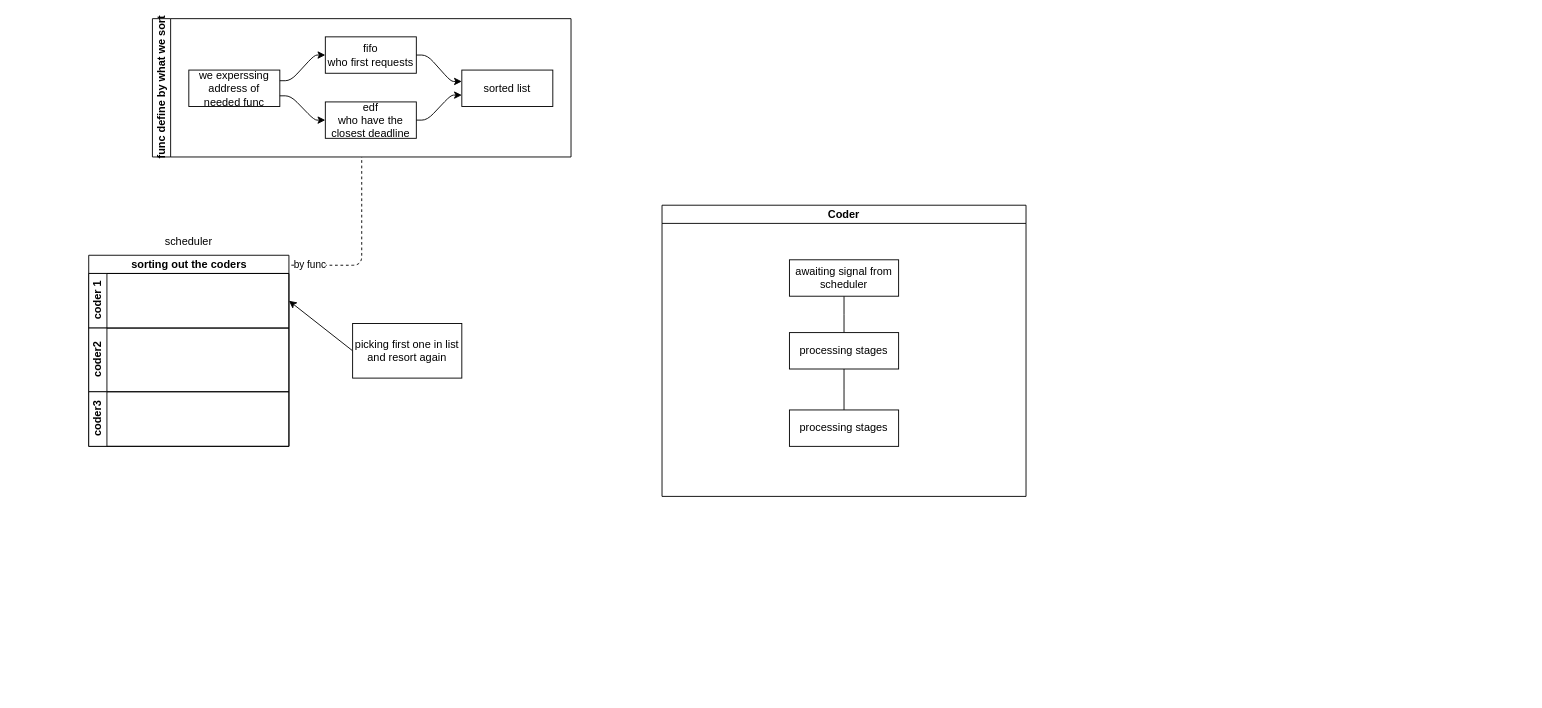
Oleg-Biriukov/codam keeps this draw.io diagram as Codexion/scratch.drawio. Above is the earlier version. Source tidied: cells renumbered, new cells numbered last; positions are measured from the earlier drawing's top-left corner, leaving out a move shared by most shapes. Both pictures are drawn from the tidied source at 91%, with x=0, y=0 at pixel (88, 18).
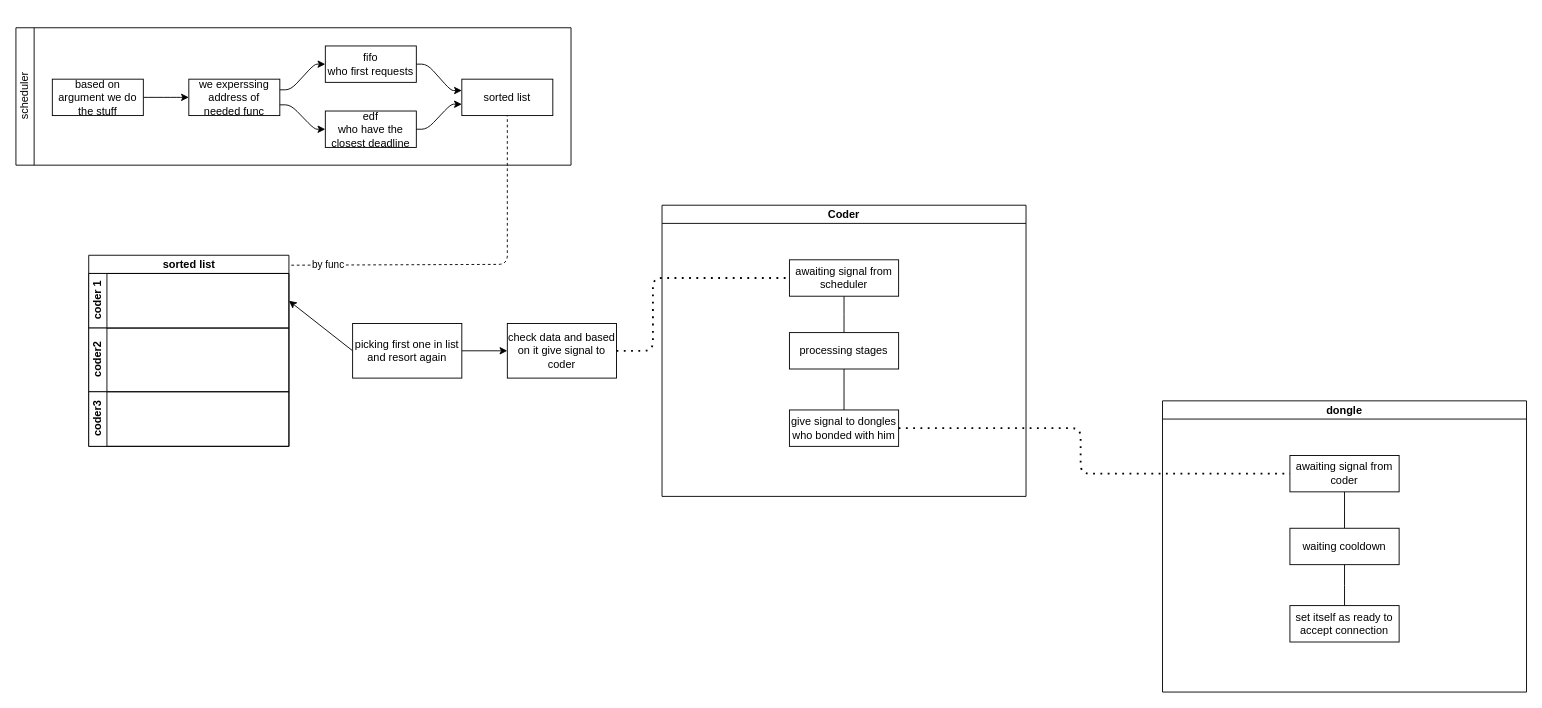
The same page after the edit.

Commit message (it also covers changes not shown here):
done with dongle cooldown

Unchanged cells that the change refers to:
```xml
<mxCell id="8" value="picking first one in list&lt;div&gt;and resort again&lt;/div&gt;" style="rounded=0;whiteSpace=wrap;html=1;" parent="1" vertex="1">
  <mxGeometry x="290" y="335" width="120" height="60" as="geometry" />
</mxCell>
<mxCell id="20" value="Coder" style="swimlane;startSize=20;horizontal=1;containerType=tree;" parent="1" vertex="1">
  <mxGeometry x="630" y="205" width="400" height="320" as="geometry" />
</mxCell>
<mxCell id="22" value="awaiting signal from&lt;div&gt;scheduler&lt;/div&gt;" style="whiteSpace=wrap;html=1;newEdgeStyle={&quot;edgeStyle&quot;:&quot;elbowEdgeStyle&quot;,&quot;startArrow&quot;:&quot;none&quot;,&quot;endArrow&quot;:&quot;none&quot;};" parent="20" vertex="1">
  <mxGeometry x="140" y="60" width="120" height="40" as="geometry" />
</mxCell>
```

The edit, as a diff of the source:
```diff
@@
-    <mxCell id="2" value="sorting out the coders" style="swimlane;horizontal=1;startSize=20;html=1;" parent="1" vertex="1">
+    <mxCell id="2" value="sorted list" style="swimlane;horizontal=1;startSize=20;html=1;" parent="1" vertex="1">
       <mxGeometry y="260" width="220" height="210" as="geometry" />
     </mxCell>
@@
-    <mxCell id="6" value="scheduler" style="text;html=1;align=center;verticalAlign=middle;whiteSpace=wrap;rounded=0;" parent="1" vertex="1">
-      <mxGeometry x="80" y="230" width="60" height="30" as="geometry" />
-    </mxCell>
@@
+    <mxCell id="26" style="edgeStyle=none;html=1;" parent="1" edge="1" source="8" target="35">
+      <mxGeometry relative="1" as="geometry" />
+    </mxCell>
@@
-    <mxCell id="9" style="endArrow=none;dashed=1;html=1;exitX=1.012;exitY=0.052;exitDx=0;exitDy=0;exitPerimeter=0;entryX=0.5;entryY=1;entryDx=0;entryDy=0;" parent="1" edge="1" source="2" target="11">
+    <mxCell id="9" style="endArrow=none;dashed=1;html=1;exitX=1.012;exitY=0.052;exitDx=0;exitDy=0;exitPerimeter=0;entryX=0.5;entryY=1;entryDx=0;entryDy=0;" parent="1" edge="1" source="2" target="17">
       <mxGeometry relative="1" as="geometry">
         <Array as="points">
-          <mxPoint x="300" y="271" />
+          <mxPoint x="460" y="270" />
         </Array>
       </mxGeometry>
     </mxCell>
@@
-    <mxCell id="11" value="func define by what we sort" style="swimlane;html=1;startSize=20;horizontal=0;flowOrientation=west;interRankCellSpacing=50;containerType=tree;fontSize=12;" parent="1" vertex="1">
-      <mxGeometry x="70" width="460" height="152" as="geometry" />
+    <mxCell id="11" value="&lt;span style=&quot;color: rgb(0, 0, 0); font-weight: 400; white-space: normal;&quot;&gt;scheduler&lt;/span&gt;" style="swimlane;html=1;startSize=20;horizontal=0;flowOrientation=west;interRankCellSpacing=50;containerType=tree;fontSize=12;" parent="1" vertex="1">
+      <mxGeometry x="-80" y="10" width="610" height="151" as="geometry" />
     </mxCell>
     <mxCell id="12" value="we experssing&lt;br&gt;address of needed func" style="whiteSpace=wrap;html=1;" parent="11" vertex="1">
-      <mxGeometry x="40" y="56.5" width="100" height="40" as="geometry" />
+      <mxGeometry x="190" y="56.5" width="100" height="40" as="geometry" />
     </mxCell>
     <mxCell id="13" value="fifo&lt;br&gt;who first requests" style="whiteSpace=wrap;html=1;" parent="11" vertex="1">
-      <mxGeometry x="190" y="20" width="100" height="40" as="geometry" />
+      <mxGeometry x="340" y="20" width="100" height="40" as="geometry" />
     </mxCell>
     <mxCell id="14" style="html=1;rounded=1;curved=0;sourcePerimeterSpacing=0;targetPerimeterSpacing=0;startSize=6;endSize=6;noEdgeStyle=1;orthogonal=1;" parent="11" edge="1" source="12" target="13">
       <mxGeometry relative="1" as="geometry">
         <Array as="points">
-          <mxPoint x="152" y="68.2" />
-          <mxPoint x="178" y="40" />
+          <mxPoint x="302" y="68.2" />
+          <mxPoint x="328" y="40" />
         </Array>
       </mxGeometry>
     </mxCell>
     <mxCell id="15" value="edf&lt;br&gt;who have the closest deadline" style="whiteSpace=wrap;html=1;" parent="11" vertex="1">
-      <mxGeometry x="190" y="91.5" width="100" height="40" as="geometry" />
+      <mxGeometry x="340" y="91.5" width="100" height="40" as="geometry" />
     </mxCell>
     <mxCell id="16" style="html=1;rounded=1;curved=0;sourcePerimeterSpacing=0;targetPerimeterSpacing=0;startSize=6;endSize=6;noEdgeStyle=1;orthogonal=1;" parent="11" edge="1" source="12" target="15">
       <mxGeometry relative="1" as="geometry">
         <Array as="points">
-          <mxPoint x="152" y="84.8" />
-          <mxPoint x="178" y="111.5" />
+          <mxPoint x="302" y="84.7" />
+          <mxPoint x="328" y="111.5" />
         </Array>
       </mxGeometry>
     </mxCell>
     <mxCell id="17" value="sorted list" style="whiteSpace=wrap;html=1;" parent="11" vertex="1">
-      <mxGeometry x="340" y="56.5" width="100" height="40" as="geometry" />
+      <mxGeometry x="490" y="56.5" width="100" height="40" as="geometry" />
     </mxCell>
     <mxCell id="18" style="html=1;rounded=1;curved=0;sourcePerimeterSpacing=0;targetPerimeterSpacing=0;startSize=6;endSize=6;noEdgeStyle=1;orthogonal=1;" parent="11" edge="1" source="13" target="17">
       <mxGeometry relative="1" as="geometry">
         <Array as="points">
-          <mxPoint x="302" y="40" />
-          <mxPoint x="328" y="69" />
+          <mxPoint x="452" y="40" />
+          <mxPoint x="478" y="69" />
         </Array>
       </mxGeometry>
     </mxCell>
     <mxCell id="19" style="html=1;rounded=1;curved=0;sourcePerimeterSpacing=0;targetPerimeterSpacing=0;startSize=6;endSize=6;noEdgeStyle=1;orthogonal=1;" parent="11" edge="1" source="15" target="17">
       <mxGeometry relative="1" as="geometry">
         <Array as="points">
-          <mxPoint x="302" y="111.5" />
-          <mxPoint x="328" y="84" />
+          <mxPoint x="452" y="111.5" />
+          <mxPoint x="478" y="84" />
         </Array>
       </mxGeometry>
     </mxCell>
+    <mxCell id="27" style="edgeStyle=none;html=1;entryX=0;entryY=0.5;entryDx=0;entryDy=0;noEdgeStyle=1;orthogonal=1;" parent="11" edge="1" source="28" target="12">
+      <mxGeometry relative="1" as="geometry">
+        <Array as="points">
+          <mxPoint x="152" y="76.5" />
+          <mxPoint x="178" y="76.5" />
+        </Array>
+      </mxGeometry>
+    </mxCell>
+    <mxCell id="28" value="based on argument we do the stuff" style="whiteSpace=wrap;html=1;" parent="11" vertex="1">
+      <mxGeometry x="40" y="56.5" width="100" height="40" as="geometry" />
+    </mxCell>
@@
-    <mxCell id="25" value="processing stages" style="whiteSpace=wrap;html=1;newEdgeStyle={&quot;edgeStyle&quot;:&quot;elbowEdgeStyle&quot;,&quot;startArrow&quot;:&quot;none&quot;,&quot;endArrow&quot;:&quot;none&quot;};" parent="20" vertex="1">
+    <mxCell id="25" value="give signal to dongles who bonded with him" style="whiteSpace=wrap;html=1;newEdgeStyle={&quot;edgeStyle&quot;:&quot;elbowEdgeStyle&quot;,&quot;startArrow&quot;:&quot;none&quot;,&quot;endArrow&quot;:&quot;none&quot;};" parent="20" vertex="1">
       <mxGeometry x="140" y="225" width="120" height="40" as="geometry" />
     </mxCell>
+    <mxCell id="29" value="dongle" style="swimlane;startSize=20;horizontal=1;containerType=tree;" parent="1" vertex="1">
+      <mxGeometry x="1180" y="420" width="400" height="320" as="geometry" />
+    </mxCell>
+    <mxCell id="30" style="edgeStyle=elbowEdgeStyle;elbow=vertical;sourcePerimeterSpacing=0;targetPerimeterSpacing=0;startArrow=none;endArrow=none;rounded=0;curved=0;" parent="29" edge="1" source="31" target="32">
+      <mxGeometry relative="1" as="geometry" />
+    </mxCell>
+    <mxCell id="31" value="awaiting signal from&lt;div&gt;coder&lt;/div&gt;" style="whiteSpace=wrap;html=1;newEdgeStyle={&quot;edgeStyle&quot;:&quot;elbowEdgeStyle&quot;,&quot;startArrow&quot;:&quot;none&quot;,&quot;endArrow&quot;:&quot;none&quot;};" parent="29" vertex="1">
+      <mxGeometry x="140" y="60" width="120" height="40" as="geometry" />
+    </mxCell>
+    <mxCell id="32" value="waiting cooldown" style="whiteSpace=wrap;html=1;newEdgeStyle={&quot;edgeStyle&quot;:&quot;elbowEdgeStyle&quot;,&quot;startArrow&quot;:&quot;none&quot;,&quot;endArrow&quot;:&quot;none&quot;};" parent="29" vertex="1">
+      <mxGeometry x="140" y="140" width="120" height="40" as="geometry" />
+    </mxCell>
+    <mxCell id="33" style="edgeStyle=elbowEdgeStyle;elbow=vertical;sourcePerimeterSpacing=0;targetPerimeterSpacing=0;startArrow=none;endArrow=none;rounded=0;curved=0;" parent="29" edge="1" source="32" target="34">
+      <mxGeometry relative="1" as="geometry" />
+    </mxCell>
+    <mxCell id="34" value="set itself as ready to accept connection" style="whiteSpace=wrap;html=1;newEdgeStyle={&quot;edgeStyle&quot;:&quot;elbowEdgeStyle&quot;,&quot;startArrow&quot;:&quot;none&quot;,&quot;endArrow&quot;:&quot;none&quot;};" parent="29" vertex="1">
+      <mxGeometry x="140" y="225" width="120" height="40" as="geometry" />
+    </mxCell>
+    <mxCell id="35" value="check data and based on it give signal to coder" style="whiteSpace=wrap;html=1;rounded=0;" parent="1" vertex="1">
+      <mxGeometry x="460" y="335" width="120" height="60" as="geometry" />
+    </mxCell>
+    <mxCell id="36" style="endArrow=none;dashed=1;html=1;dashPattern=1 3;strokeWidth=2;exitX=1;exitY=0.5;exitDx=0;exitDy=0;entryX=0;entryY=0.5;entryDx=0;entryDy=0;" parent="1" edge="1" source="35" target="22">
+      <mxGeometry relative="1" as="geometry">
+        <Array as="points">
+          <mxPoint x="620" y="365" />
+          <mxPoint x="620" y="285" />
+        </Array>
+      </mxGeometry>
+    </mxCell>
+    <mxCell id="37" style="endArrow=none;dashed=1;html=1;dashPattern=1 3;strokeWidth=2;exitX=1;exitY=0.5;exitDx=0;exitDy=0;entryX=0;entryY=0.5;entryDx=0;entryDy=0;" parent="1" edge="1" source="25" target="31">
+      <mxGeometry relative="1" as="geometry">
+        <Array as="points">
+          <mxPoint x="1090" y="450" />
+          <mxPoint x="1090" y="500" />
+        </Array>
+      </mxGeometry>
+    </mxCell>
```
